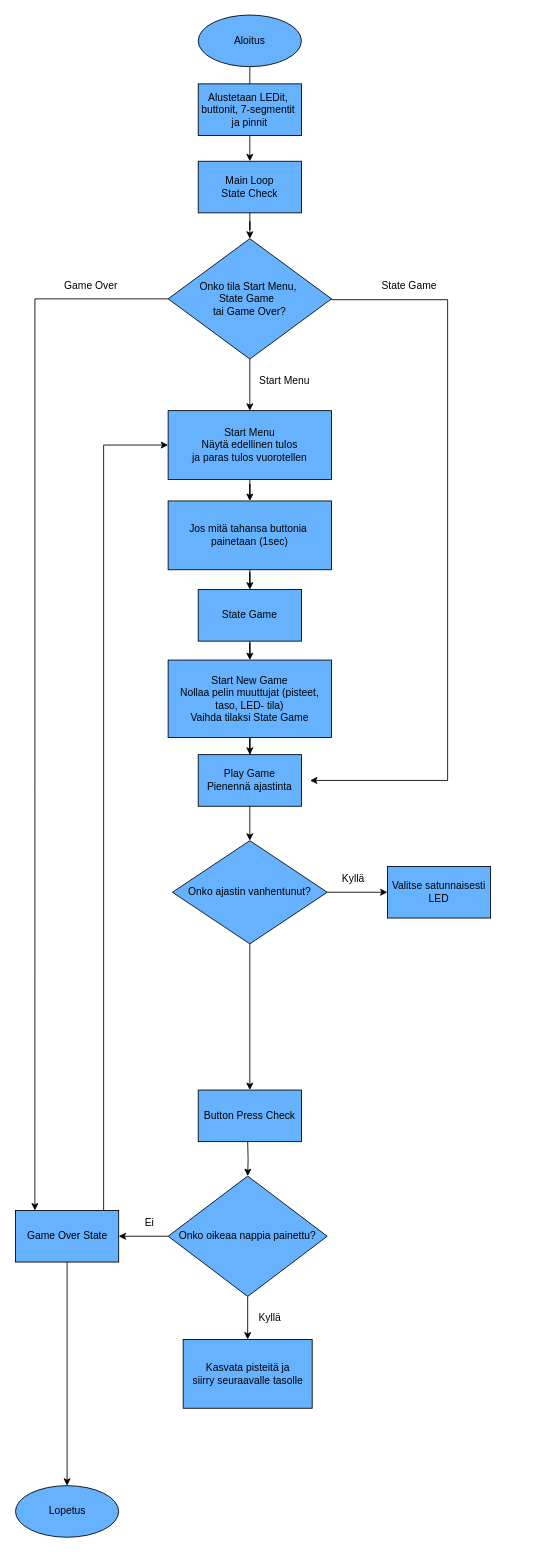
vem882/r24_speede keeps this draw.io diagram as Konseptointi/vuokaavio.drawio. Above is the earlier version. Source tidied: cells renumbered, new cells numbered last; positions are measured from the earlier drawing's top-left corner, leaving out a move shared by most shapes. Both pictures are drawn from the tidied source at 86%, with x=0, y=0 at pixel (15, 15).
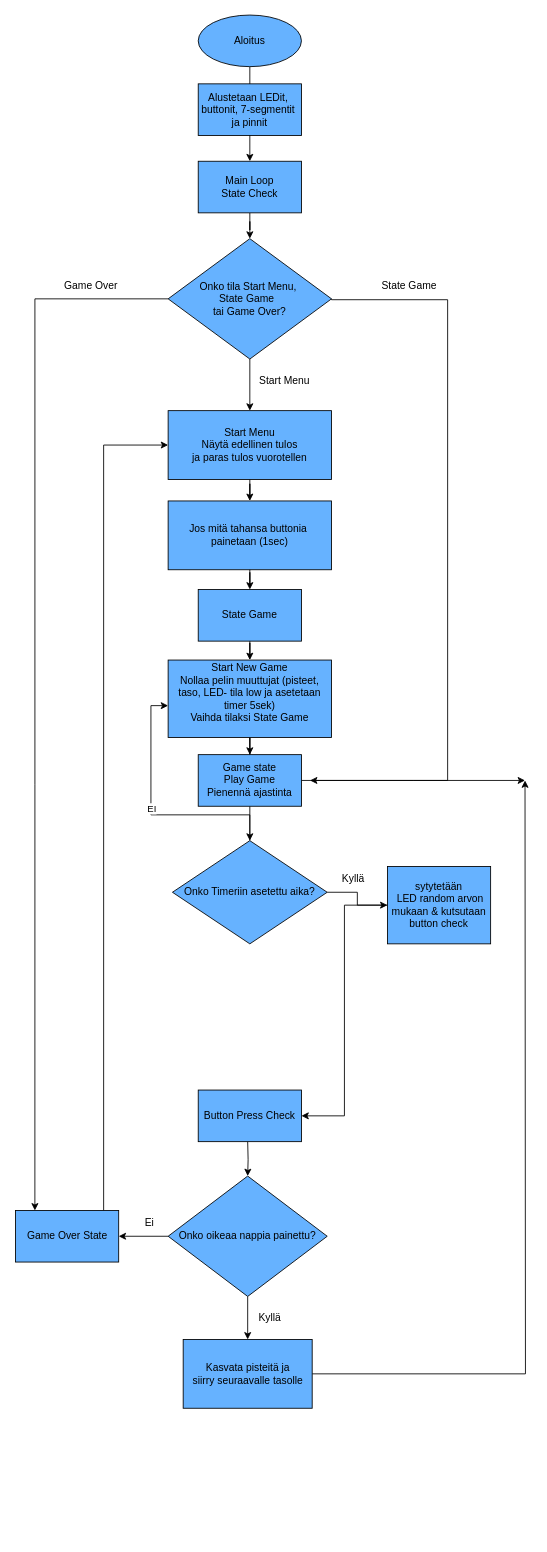
The same diagram, later.

Commit message:
vähän päivitystä vuokaavioon

Unchanged cells that the change refers to:
```xml
<mxCell id="22" value="Button Press Check" style="rounded=0;whiteSpace=wrap;html=1;fillColor=#66B2FF;" parent="1" vertex="1">
  <mxGeometry x="212" y="1250" width="120" height="60" as="geometry" />
</mxCell>
<mxCell id="26" value="Kasvata pisteitä ja&lt;div&gt;siirry seuraavalle tasolle&lt;/div&gt;" style="rounded=0;whiteSpace=wrap;html=1;fillColor=#66B2FF;" parent="1" vertex="1">
  <mxGeometry x="194.5" y="1540" width="150" height="80" as="geometry" />
</mxCell>
<mxCell id="29" value="Game Over State" style="rounded=0;whiteSpace=wrap;html=1;fillColor=#66B2FF;" parent="1" vertex="1">
  <mxGeometry x="-0.5" y="1390" width="120" height="60" as="geometry" />
</mxCell>
```

What changed in the source:
```diff
@@
-    <mxCell id="14" value="Start New Game&lt;div&gt;Nollaa pelin muuttujat (pisteet, taso, LED- tila)&lt;/div&gt;&lt;div&gt;Vaihda tilaksi State Game&lt;/div&gt;" style="rounded=0;whiteSpace=wrap;html=1;fillColor=#66B2FF;" parent="1" vertex="1">
+    <mxCell id="14" value="Start New Game&lt;div&gt;Nollaa pelin muuttujat (pisteet, taso, LED- tila low ja asetetaan timer 5sek)&lt;/div&gt;&lt;div&gt;Vaihda tilaksi State Game&lt;br&gt;&lt;br&gt;&lt;/div&gt;" style="rounded=0;whiteSpace=wrap;html=1;fillColor=#66B2FF;" parent="1" vertex="1">
       <mxGeometry x="177" y="750" width="190" height="90" as="geometry" />
     </mxCell>
@@
+    <mxCell id="41" style="edgeStyle=orthogonalEdgeStyle;rounded=0;jettySize=auto;html=1;" parent="1" edge="1" source="16">
+      <mxGeometry relative="1" as="geometry">
+        <mxPoint x="592" y="890" as="targetPoint" />
+      </mxGeometry>
+    </mxCell>
-    <mxCell id="16" value="Play Game&lt;div&gt;Pienennä ajastinta&lt;/div&gt;" style="rounded=0;whiteSpace=wrap;html=1;fillColor=#66B2FF;" parent="1" vertex="1">
+    <mxCell id="16" value="Game state&lt;br&gt;Play Game&lt;div&gt;Pienennä ajastinta&lt;br&gt;&lt;/div&gt;" style="rounded=0;whiteSpace=wrap;html=1;fillColor=#66B2FF;" parent="1" vertex="1">
       <mxGeometry x="212" y="860" width="120" height="60" as="geometry" />
     </mxCell>
@@
-    <mxCell id="18" style="edgeStyle=orthogonalEdgeStyle;rounded=0;jettySize=auto;html=1;" parent="1" edge="1" source="19" target="22">
-      <mxGeometry relative="1" as="geometry" />
-    </mxCell>
+    <mxCell id="42" style="edgeStyle=orthogonalEdgeStyle;rounded=0;jettySize=auto;html=1;entryX=0;entryY=0.589;entryDx=0;entryDy=0;entryPerimeter=0;" parent="1" edge="1" source="19" target="14">
+      <mxGeometry relative="1" as="geometry">
+        <Array as="points">
+          <mxPoint x="272" y="930" />
+          <mxPoint x="157" y="930" />
+          <mxPoint x="157" y="803" />
+        </Array>
+      </mxGeometry>
+    </mxCell>
+    <mxCell id="43" value="EI" style="edgeLabel;html=1;align=center;verticalAlign=middle;" parent="42" vertex="1">
+      <mxGeometry x="0.05" relative="1" as="geometry" />
+    </mxCell>
-    <mxCell id="19" value="Onko ajastin vanhentunut?" style="rhombus;whiteSpace=wrap;html=1;fillColor=#66B2FF;" parent="1" vertex="1">
+    <mxCell id="19" value="Onko Timeriin asetettu aika? " style="rhombus;whiteSpace=wrap;html=1;fillColor=#66B2FF;" parent="1" vertex="1">
       <mxGeometry x="182" y="960" width="180" height="120" as="geometry" />
     </mxCell>
+    <mxCell id="44" style="edgeStyle=orthogonalEdgeStyle;rounded=0;jettySize=auto;html=1;entryX=1;entryY=0.5;entryDx=0;entryDy=0;" parent="1" edge="1" source="20" target="22">
+      <mxGeometry relative="1" as="geometry" />
+    </mxCell>
-    <mxCell id="20" value="Valitse satunnaisesti LED" style="rounded=0;whiteSpace=wrap;html=1;fillColor=#66B2FF;" parent="1" vertex="1">
-      <mxGeometry x="432" y="990" width="120" height="60" as="geometry" />
+    <mxCell id="20" value="&lt;div&gt;sytytetään&lt;/div&gt;&lt;div&gt;&amp;nbsp;LED random arvon mukaan &amp;amp; kutsutaan button check&lt;br&gt;&lt;/div&gt;" style="rounded=0;whiteSpace=wrap;html=1;fillColor=#66B2FF;" parent="1" vertex="1">
+      <mxGeometry x="432" y="990" width="120" height="90" as="geometry" />
     </mxCell>
@@
+    <mxCell id="45" style="edgeStyle=orthogonalEdgeStyle;rounded=0;jettySize=auto;html=1;" parent="1" edge="1" source="26">
+      <mxGeometry relative="1" as="geometry">
+        <mxPoint x="592" y="890" as="targetPoint" />
+      </mxGeometry>
+    </mxCell>
@@
-    <mxCell id="28" style="edgeStyle=orthogonalEdgeStyle;rounded=0;jettySize=auto;html=1;" parent="1" edge="1" source="29" target="30">
-      <mxGeometry relative="1" as="geometry" />
-    </mxCell>
@@
-    <mxCell id="30" value="Lopetus" style="ellipse;whiteSpace=wrap;html=1;fillColor=#66B2FF;" parent="1" vertex="1">
-      <mxGeometry x="-0.5" y="1710" width="120" height="60" as="geometry" />
-    </mxCell>
```
